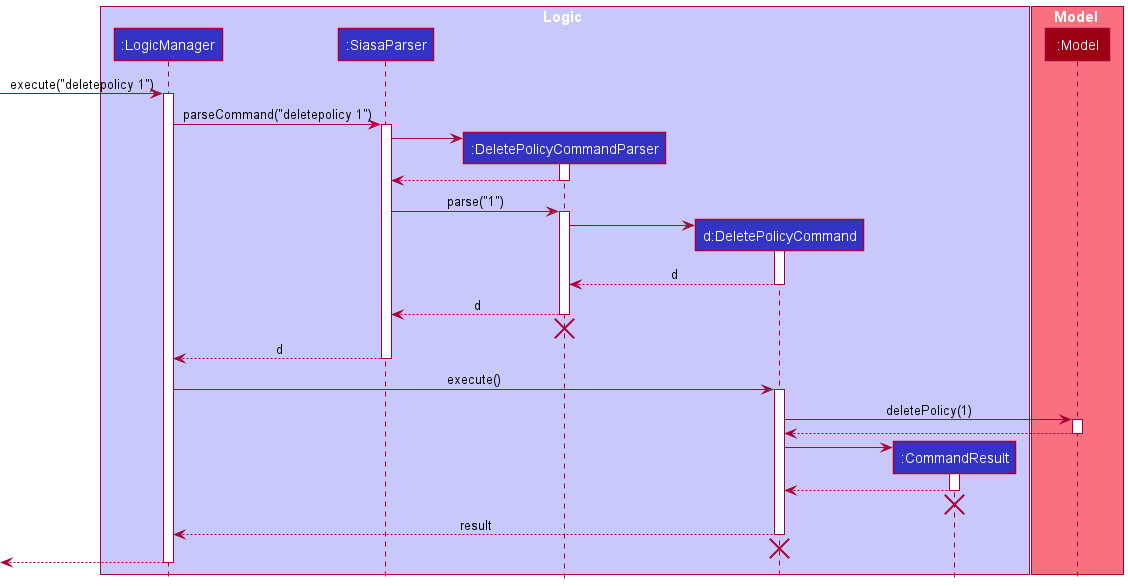
This is docs/images/DeleteSequenceDiagram.png from nus-cs2103-AY2122S1/tp, a PlantUML export, as it was before one commit. Source of this version:
```plantuml
@startuml
!include style.puml

box Logic LOGIC_COLOR_T1
participant ":LogicManager" as LogicManager LOGIC_COLOR
participant ":SiasaParser" as SiasaParser LOGIC_COLOR
participant ":DeletePolicyCommandParser" as DeletePolicyCommandParser LOGIC_COLOR
participant "d:DeletePolicyCommand" as DeletePolicyCommand LOGIC_COLOR
participant ":CommandResult" as CommandResult LOGIC_COLOR
end box

box Model MODEL_COLOR_T1
participant ":Model" as Model MODEL_COLOR
end box

[-> LogicManager : execute("deletepolicy 1")
activate LogicManager

LogicManager -> SiasaParser : parseCommand("deletepolicy 1")
activate SiasaParser

create DeletePolicyCommandParser
SiasaParser -> DeletePolicyCommandParser
activate DeletePolicyCommandParser

DeletePolicyCommandParser --> SiasaParser
deactivate DeletePolicyCommandParser

SiasaParser -> DeletePolicyCommandParser : parse("1")
activate DeletePolicyCommandParser

create DeletePolicyCommand
DeletePolicyCommandParser -> DeletePolicyCommand
activate DeletePolicyCommand

DeletePolicyCommand --> DeletePolicyCommandParser : d
deactivate DeletePolicyCommand

DeletePolicyCommandParser --> SiasaParser : d
deactivate DeletePolicyCommandParser
DeletePolicyCommandParser -[hidden]-> SiasaParser
destroy DeletePolicyCommandParser

SiasaParser --> LogicManager : d
deactivate SiasaParser

LogicManager -> DeletePolicyCommand : execute()
activate DeletePolicyCommand

DeletePolicyCommand -> Model : deletePolicy(1)
activate Model

Model --> DeletePolicyCommand
deactivate Model

create CommandResult
DeletePolicyCommand -> CommandResult
activate CommandResult

CommandResult --> DeletePolicyCommand
deactivate CommandResult
CommandResult -[hidden]-> DeletePolicyCommand
destroy CommandResult

DeletePolicyCommand --> LogicManager : result
deactivate DeletePolicyCommand
DeletePolicyCommand -[hidden]-> LogicManager
destroy DeletePolicyCommand

[<--LogicManager
deactivate LogicManager
@enduml
```
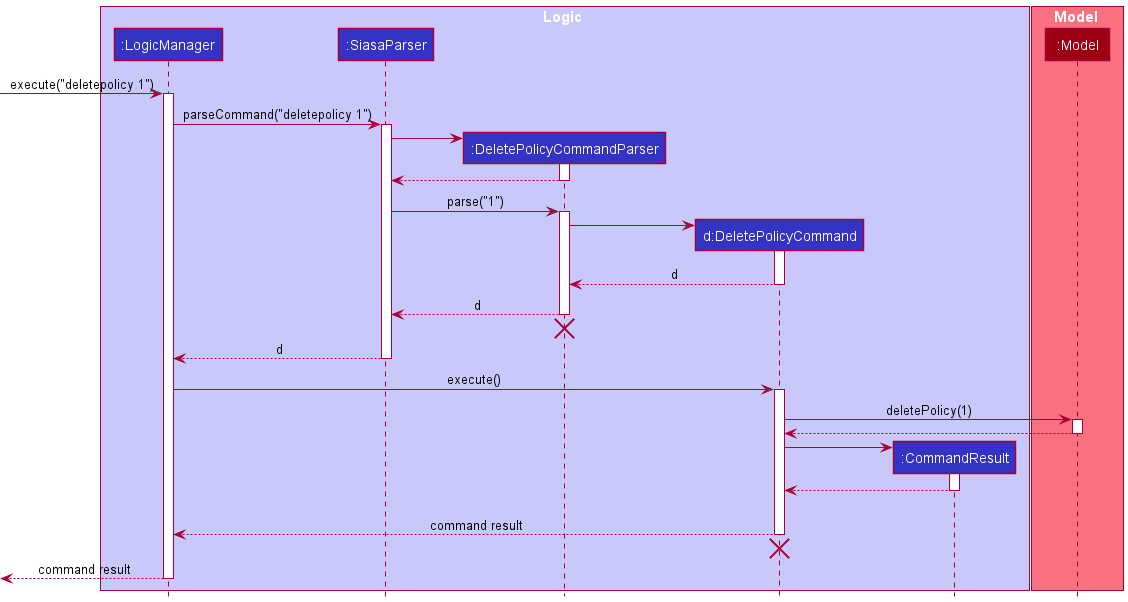
After the commit.

Commit message:
fix deletepolicy diagram dg

The edit, as a diff of the source:
```diff
@@ -60,13 +60,12 @@
 CommandResult --> DeletePolicyCommand
 deactivate CommandResult
 CommandResult -[hidden]-> DeletePolicyCommand
-destroy CommandResult
 
-DeletePolicyCommand --> LogicManager : result
+DeletePolicyCommand --> LogicManager : command result
 deactivate DeletePolicyCommand
 DeletePolicyCommand -[hidden]-> LogicManager
 destroy DeletePolicyCommand
 
-[<--LogicManager
+[<--LogicManager : command result
 deactivate LogicManager
 @enduml
```
